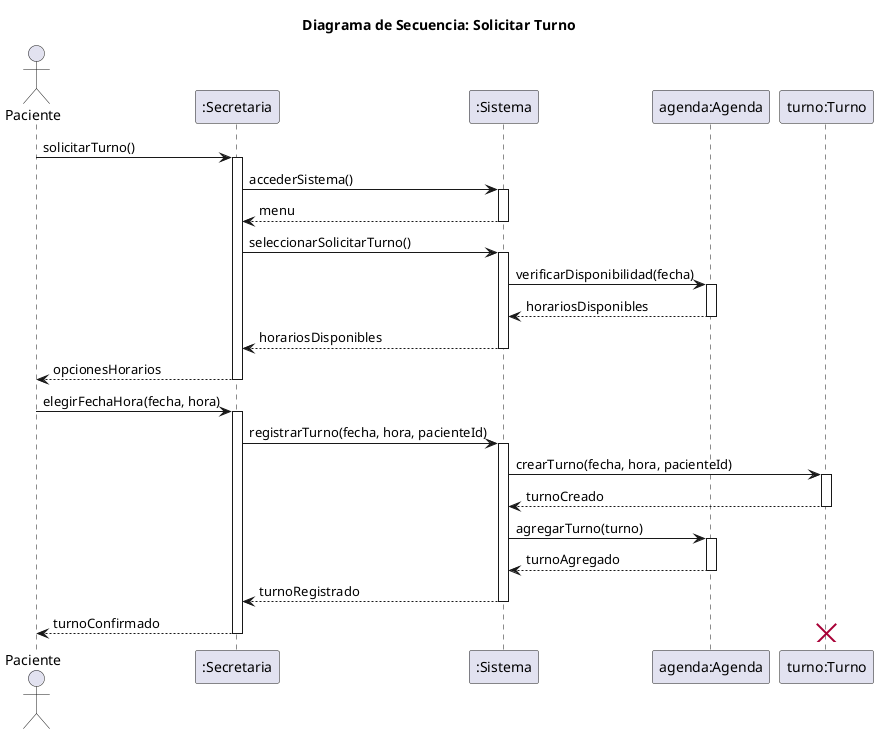
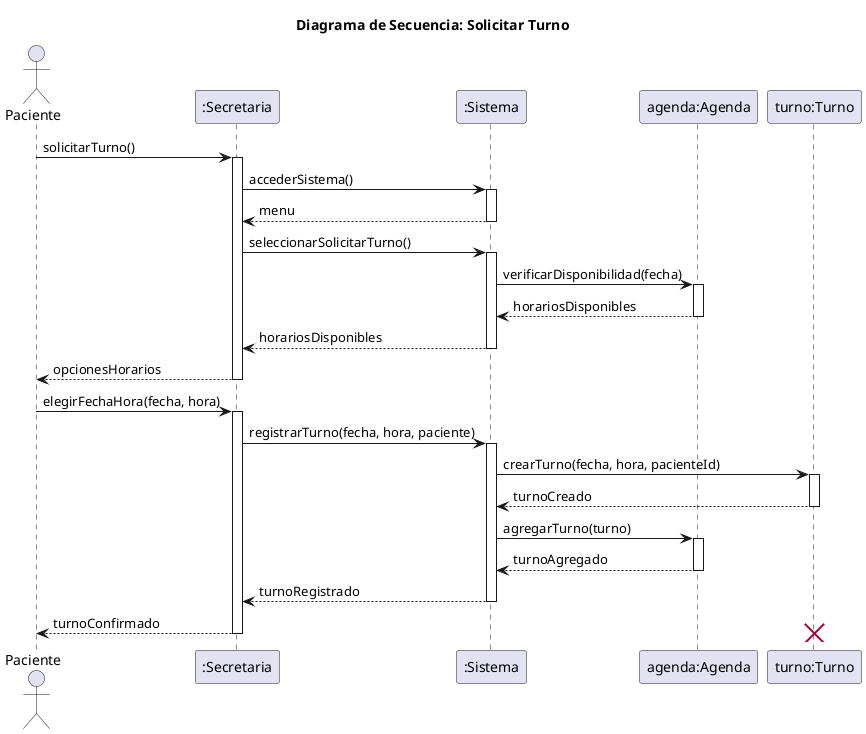
@startuml
title Diagrama de Secuencia: Solicitar Turno

actor Paciente
participant ":Secretaria" as secretaria
participant ":Sistema" as sistema
participant "agenda:Agenda" as agenda
participant "turno:Turno" as turno

Paciente -> secretaria: solicitarTurno()
activate secretaria
secretaria -> sistema: accederSistema()
activate sistema
sistema --> secretaria: menu
deactivate sistema
secretaria -> sistema: seleccionarSolicitarTurno()
activate sistema
sistema -> agenda: verificarDisponibilidad(fecha)
activate agenda
agenda --> sistema: horariosDisponibles
deactivate agenda
sistema --> secretaria: horariosDisponibles
deactivate sistema
secretaria --> Paciente: opcionesHorarios
deactivate secretaria

Paciente -> secretaria: elegirFechaHora(fecha, hora)
activate secretaria
- secretaria -> sistema: registrarTurno(fecha, hora, pacienteId)
+ secretaria -> sistema: registrarTurno(fecha, hora, paciente)
activate sistema
sistema -> turno: crearTurno(fecha, hora, pacienteId)
activate turno
turno --> sistema: turnoCreado
deactivate turno
sistema -> agenda: agregarTurno(turno)
activate agenda
agenda --> sistema: turnoAgregado
deactivate agenda
sistema --> secretaria: turnoRegistrado
deactivate sistema
secretaria --> Paciente: turnoConfirmado
deactivate secretaria

destroy turno
@enduml